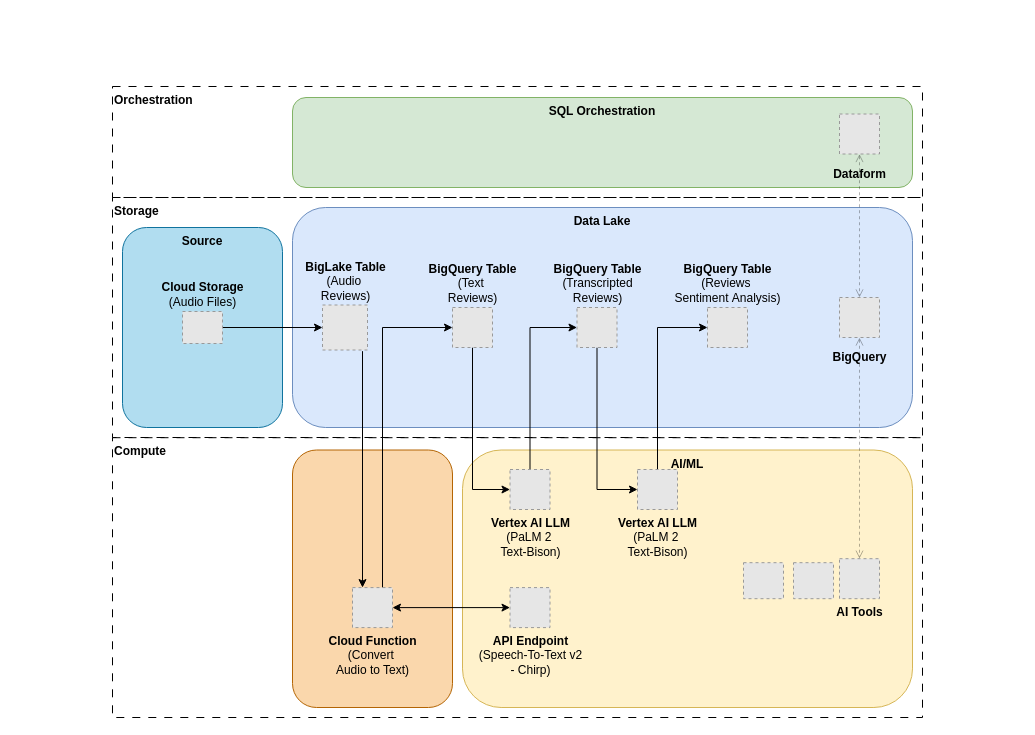
The draw.io diagram resources/gcd.drawio in edgarsalves/gcd-l24, before the edit. Source tidied: cells renumbered, new cells numbered last; positions are measured from the earlier drawing's top-left corner, leaving out a move shared by most shapes. Both pictures are drawn from the tidied source at 100%, with x=0, y=0 at pixel (112, 86). Pictures stored in the file or linked from it are replaced by grey dashed boxes.
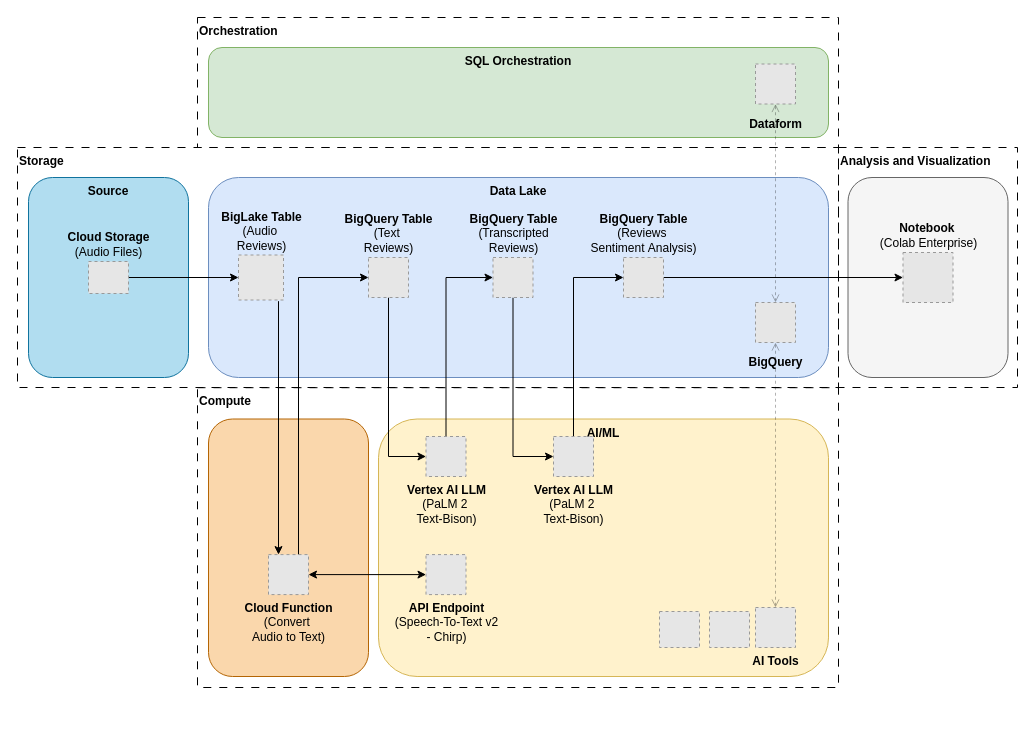
The same page after the edit.

Change to the diagram source:
```diff
@@
+    <mxCell id="34" style="whiteSpace=wrap;html=1;fillColor=#f5f5f5;strokeColor=#666666;verticalAlign=top;align=center;rounded=1;fontColor=#333333;" parent="1" vertex="1">
+      <mxGeometry x="735.5" y="91" width="160" height="200" as="geometry" />
+    </mxCell>
     <mxCell id="2" value="&lt;b&gt;Orchestration&lt;/b&gt;" style="rounded=0;whiteSpace=wrap;html=1;fillColor=none;verticalAlign=top;align=left;dashed=1;dashPattern=8 8;" parent="1" vertex="1">
-      <mxGeometry width="810" height="111" as="geometry" />
+      <mxGeometry x="85" y="-69" width="641" height="130" as="geometry" />
     </mxCell>
     <mxCell id="3" value="&lt;b&gt;Storage&lt;/b&gt;" style="rounded=0;whiteSpace=wrap;html=1;fillColor=none;verticalAlign=top;align=left;dashed=1;dashPattern=8 8;" parent="1" vertex="1">
-      <mxGeometry y="111" width="810" height="240" as="geometry" />
+      <mxGeometry x="-95" y="61" width="821" height="240" as="geometry" />
     </mxCell>
     <mxCell id="4" value="&lt;b&gt;Compute&lt;/b&gt;" style="rounded=0;whiteSpace=wrap;html=1;fillColor=none;verticalAlign=top;align=left;dashed=1;dashPattern=8 8;glass=0;" parent="1" vertex="1">
-      <mxGeometry y="351.2" width="810" height="279.8" as="geometry" />
+      <mxGeometry x="85" y="301.2" width="641" height="299.8" as="geometry" />
     </mxCell>
     <mxCell id="5" value="&lt;b&gt;AI/ML&lt;/b&gt;" style="rounded=1;whiteSpace=wrap;html=1;verticalAlign=top;align=center;fillColor=#fff2cc;strokeColor=#d6b656;" parent="1" vertex="1">
-      <mxGeometry x="350" y="363.5" width="450" height="257.5" as="geometry" />
+      <mxGeometry x="266" y="332.5" width="450" height="257.5" as="geometry" />
     </mxCell>
     <mxCell id="6" value="&lt;b&gt;Source&lt;/b&gt;" style="whiteSpace=wrap;html=1;fillColor=#b1ddf0;strokeColor=#10739e;verticalAlign=top;align=center;rounded=1;" parent="1" vertex="1">
-      <mxGeometry x="10" y="141" width="160" height="200" as="geometry" />
+      <mxGeometry x="-84" y="91" width="160" height="200" as="geometry" />
     </mxCell>
     <mxCell id="7" value="&lt;b&gt;SQL Orchestration&lt;/b&gt;" style="whiteSpace=wrap;html=1;align=center;glass=0;fillColor=#d5e8d4;strokeColor=#82b366;verticalAlign=top;rounded=1;" parent="1" vertex="1">
-      <mxGeometry x="180" y="11" width="620" height="90" as="geometry" />
+      <mxGeometry x="96" y="-39" width="620" height="90" as="geometry" />
     </mxCell>
     <mxCell id="8" value="&lt;b&gt;Data Lake&lt;/b&gt;" style="whiteSpace=wrap;html=1;verticalAlign=top;align=center;fillColor=#dae8fc;strokeColor=#6c8ebf;rounded=1;" parent="1" vertex="1">
-      <mxGeometry x="180" y="121" width="620" height="220" as="geometry" />
+      <mxGeometry x="96" y="91" width="620" height="200" as="geometry" />
     </mxCell>
@@
     <mxCell id="10" value="&lt;span&gt;BigQuery&lt;/span&gt;" style="fillColor=#E6E6E6;strokeColor=#999999;dashed=1;html=1;verticalLabelPosition=bottom;labelBackgroundColor=none;verticalAlign=middle;fontStyle=1;" parent="1" vertex="1">
-      <mxGeometry x="727" y="211" width="40" height="40" as="geometry" />
+      <mxGeometry x="643" y="216" width="40" height="40" as="geometry" />
     </mxCell>
@@
     <mxCell id="12" value="Dataform" style="fillColor=#E6E6E6;strokeColor=#999999;dashed=1;verticalLabelPosition=bottom;verticalAlign=middle;fontStyle=1;labelPosition=center;align=center;html=1;" parent="1" vertex="1">
-      <mxGeometry x="727" y="27.5" width="40" height="40" as="geometry" />
+      <mxGeometry x="643" y="-22.5" width="40" height="40" as="geometry" />
     </mxCell>
@@
     <mxCell id="14" value="&lt;b&gt;Cloud Storage&lt;/b&gt;&lt;div&gt;(Audio Files)&lt;/div&gt;" style="fillColor=#E6E6E6;strokeColor=#999999;dashed=1;html=1;verticalLabelPosition=top;labelBackgroundColor=none;verticalAlign=bottom;labelPosition=center;align=center;" parent="1" vertex="1">
-      <mxGeometry x="70" y="225" width="40" height="32" as="geometry" />
+      <mxGeometry x="-24" y="175" width="40" height="32" as="geometry" />
     </mxCell>
     <mxCell id="15" style="rounded=1;whiteSpace=wrap;html=1;verticalAlign=top;align=left;fillColor=#fad7ac;strokeColor=#b46504;" parent="1" vertex="1">
-      <mxGeometry x="180" y="363.5" width="160" height="257.5" as="geometry" />
+      <mxGeometry x="96" y="332.5" width="160" height="257.5" as="geometry" />
     </mxCell>
@@
     <mxCell id="17" value="BigQuery&amp;nbsp;&lt;span style=&quot;background-color: initial;&quot;&gt;Table&lt;/span&gt;&lt;div&gt;&lt;span style=&quot;font-weight: normal;&quot;&gt;(Text&amp;nbsp;&lt;/span&gt;&lt;/div&gt;&lt;div&gt;&lt;span style=&quot;font-weight: normal;&quot;&gt;Reviews)&lt;/span&gt;&lt;/div&gt;" style="fillColor=#E6E6E6;strokeColor=#999999;dashed=1;verticalLabelPosition=top;verticalAlign=bottom;fontStyle=1;html=1;labelPosition=center;align=center;" parent="1" vertex="1">
-      <mxGeometry x="340" y="221" width="40" height="40" as="geometry" />
+      <mxGeometry x="256" y="171" width="40" height="40" as="geometry" />
     </mxCell>
@@
     <mxCell id="19" value="BigQuery Table&lt;div&gt;&lt;span style=&quot;font-weight: normal;&quot;&gt;(Transcripted&lt;/span&gt;&lt;/div&gt;&lt;div&gt;&lt;span style=&quot;font-weight: normal;&quot;&gt;Reviews)&lt;/span&gt;&lt;/div&gt;" style="fillColor=#E6E6E6;strokeColor=#999999;dashed=1;verticalLabelPosition=top;verticalAlign=bottom;fontStyle=1;html=1;labelPosition=center;align=center;" parent="1" vertex="1">
-      <mxGeometry x="464.5" y="221" width="40" height="40" as="geometry" />
+      <mxGeometry x="380.5" y="171" width="40" height="40" as="geometry" />
     </mxCell>
+    <mxCell id="35" style="edgeStyle=orthogonalEdgeStyle;rounded=0;jettySize=auto;html=1;entryX=0;entryY=0.5;entryDx=0;entryDy=0;" parent="1" edge="1" source="20" target="37">
+      <mxGeometry relative="1" as="geometry" />
+    </mxCell>
     <mxCell id="20" value="BigQuery Table&lt;div&gt;&lt;span style=&quot;font-weight: normal;&quot;&gt;(Reviews&amp;nbsp;&lt;/span&gt;&lt;/div&gt;&lt;div&gt;&lt;span style=&quot;font-weight: normal; background-color: initial;&quot;&gt;Sentiment&amp;nbsp;&lt;/span&gt;&lt;span style=&quot;background-color: initial; font-weight: normal;&quot;&gt;Analysis)&lt;/span&gt;&lt;/div&gt;" style="fillColor=#E6E6E6;strokeColor=#999999;dashed=1;verticalLabelPosition=top;verticalAlign=bottom;fontStyle=1;html=1;labelPosition=center;align=center;" parent="1" vertex="1">
-      <mxGeometry x="595" y="221" width="40" height="40" as="geometry" />
+      <mxGeometry x="511" y="171" width="40" height="40" as="geometry" />
     </mxCell>
@@
     <mxCell id="23" value="&lt;b&gt;Cloud Function&lt;/b&gt;&lt;div&gt;(Convert&amp;nbsp;&lt;/div&gt;&lt;div&gt;Audio&amp;nbsp;&lt;span style=&quot;background-color: initial;&quot;&gt;to Text&lt;/span&gt;&lt;span style=&quot;background-color: initial;&quot;&gt;)&lt;/span&gt;&lt;/div&gt;" style="fillColor=#E6E6E6;strokeColor=#999999;dashed=1;html=1;verticalLabelPosition=bottom;labelBackgroundColor=none;verticalAlign=top;" parent="1" vertex="1">
-      <mxGeometry x="240" y="501.1" width="40" height="40" as="geometry" />
+      <mxGeometry x="156" y="468.1" width="40" height="40" as="geometry" />
     </mxCell>
     <mxCell id="24" value="&lt;b&gt;API Endpoint&lt;/b&gt;&lt;div&gt;(&lt;span style=&quot;background-color: initial;&quot;&gt;Speech-To-Text v2&lt;/span&gt;&lt;/div&gt;&lt;div&gt;&lt;span style=&quot;background-color: initial;&quot;&gt;-&amp;nbsp;&lt;/span&gt;&lt;span style=&quot;background-color: initial;&quot;&gt;Chirp&lt;/span&gt;&lt;span style=&quot;background-color: initial;&quot;&gt;)&lt;/span&gt;&lt;/div&gt;" style="fillColor=#E6E6E6;strokeColor=#999999;dashed=1;verticalLabelPosition=bottom;verticalAlign=top;html=1;" parent="1" vertex="1">
-      <mxGeometry x="397.5" y="501.1" width="40" height="40" as="geometry" />
+      <mxGeometry x="313.5" y="468.1" width="40" height="40" as="geometry" />
     </mxCell>
@@
     <mxCell id="26" value="&lt;b&gt;Vertex AI LLM&lt;/b&gt;&lt;br&gt;(PaLM 2&amp;nbsp;&lt;div&gt;Text-Bison)&lt;/div&gt;" style="fillColor=#E6E6E6;strokeColor=#999999;dashed=1;verticalLabelPosition=bottom;verticalAlign=top;html=1;" parent="1" vertex="1">
-      <mxGeometry x="397.5" y="383" width="40" height="40" as="geometry" />
+      <mxGeometry x="313.5" y="350" width="40" height="40" as="geometry" />
     </mxCell>
@@
     <mxCell id="28" value="&lt;b&gt;Vertex AI LLM&lt;/b&gt;&lt;br&gt;(PaLM 2&amp;nbsp;&lt;div&gt;Text-Bison)&lt;/div&gt;" style="fillColor=#E6E6E6;strokeColor=#999999;dashed=1;verticalLabelPosition=bottom;verticalAlign=top;html=1;" parent="1" vertex="1">
-      <mxGeometry x="525" y="383" width="40" height="40" as="geometry" />
+      <mxGeometry x="441" y="350" width="40" height="40" as="geometry" />
     </mxCell>
     <mxCell id="29" value="&lt;span style=&quot;font-weight: 700;&quot;&gt;BigLake Table&lt;/span&gt;&lt;div style=&quot;font-weight: 700;&quot;&gt;&lt;span style=&quot;font-weight: 400;&quot;&gt;(Audio&amp;nbsp;&lt;/span&gt;&lt;/div&gt;&lt;div style=&quot;font-weight: 700;&quot;&gt;&lt;span style=&quot;font-weight: 400;&quot;&gt;Reviews)&lt;/span&gt;&lt;/div&gt;" style="fillColor=#E6E6E6;strokeColor=#999999;dashed=1;verticalLabelPosition=top;verticalAlign=bottom;html=1;labelPosition=center;align=center;" parent="1" vertex="1">
-      <mxGeometry x="210" y="218.5" width="45" height="45" as="geometry" />
+      <mxGeometry x="126" y="168.5" width="45" height="45" as="geometry" />
     </mxCell>
@@
     <mxCell id="31" value="&lt;b&gt;AI Tools&lt;/b&gt;" style="fillColor=#E6E6E6;strokeColor=#999999;dashed=1;verticalLabelPosition=bottom;verticalAlign=top;html=1;" parent="1" vertex="1">
-      <mxGeometry x="727" y="472.2" width="40" height="40" as="geometry" />
+      <mxGeometry x="643" y="521" width="40" height="40" as="geometry" />
     </mxCell>
     <mxCell id="32" style="fillColor=#E6E6E6;strokeColor=#999999;dashed=1;html=1;verticalLabelPosition=bottom;labelBackgroundColor=#ffffff;verticalAlign=top;" parent="1" vertex="1">
-      <mxGeometry x="681" y="476.2" width="40" height="36" as="geometry" />
+      <mxGeometry x="597" y="525" width="40" height="36" as="geometry" />
     </mxCell>
     <mxCell id="33" style="fillColor=#E6E6E6;strokeColor=#999999;dashed=1;html=1;verticalLabelPosition=bottom;labelBackgroundColor=#ffffff;verticalAlign=top;" parent="1" vertex="1">
-      <mxGeometry x="631" y="476.2" width="40" height="36" as="geometry" />
+      <mxGeometry x="547" y="525" width="40" height="36" as="geometry" />
     </mxCell>
+    <mxCell id="36" value="&lt;b&gt;Analysis and Visualization&lt;/b&gt;" style="rounded=0;whiteSpace=wrap;html=1;fillColor=none;verticalAlign=top;align=left;dashed=1;dashPattern=8 8;" parent="1" vertex="1">
+      <mxGeometry x="726" y="61" width="179" height="240" as="geometry" />
+    </mxCell>
+    <mxCell id="37" value="&lt;b&gt;Notebook&amp;nbsp;&lt;/b&gt;&lt;div&gt;(&lt;span style=&quot;background-color: initial;&quot;&gt;Colab Enterprise&lt;/span&gt;&lt;span style=&quot;background-color: initial;&quot;&gt;)&lt;/span&gt;&lt;/div&gt;" style="fillColor=#E6E6E6;strokeColor=#999999;dashed=1;verticalLabelPosition=top;verticalAlign=bottom;html=1;labelPosition=center;align=center;" parent="1" vertex="1">
+      <mxGeometry x="790.5" y="166" width="50" height="50" as="geometry" />
+    </mxCell>
```
